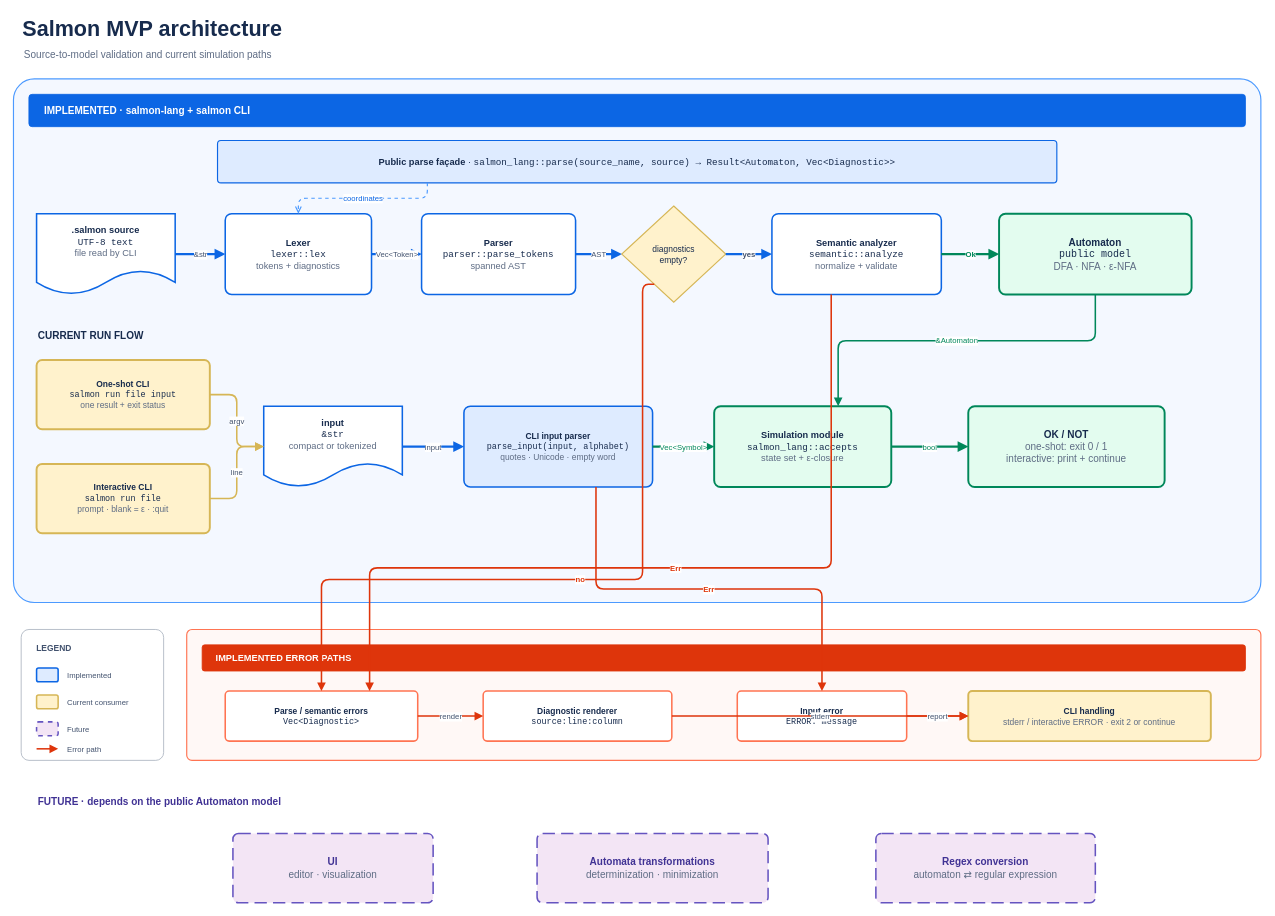
Before: docs/diagrams/architecture.drawio in Matias-Sanmiguel/Salmon, a draw.io diagram. Source tidied: cells renumbered, new cells numbered last; positions are measured from the earlier drawing's top-left corner, leaving out a move shared by most shapes. Both pictures are drawn from the tidied source at 77%, with x=0, y=0 at pixel (13, 13).
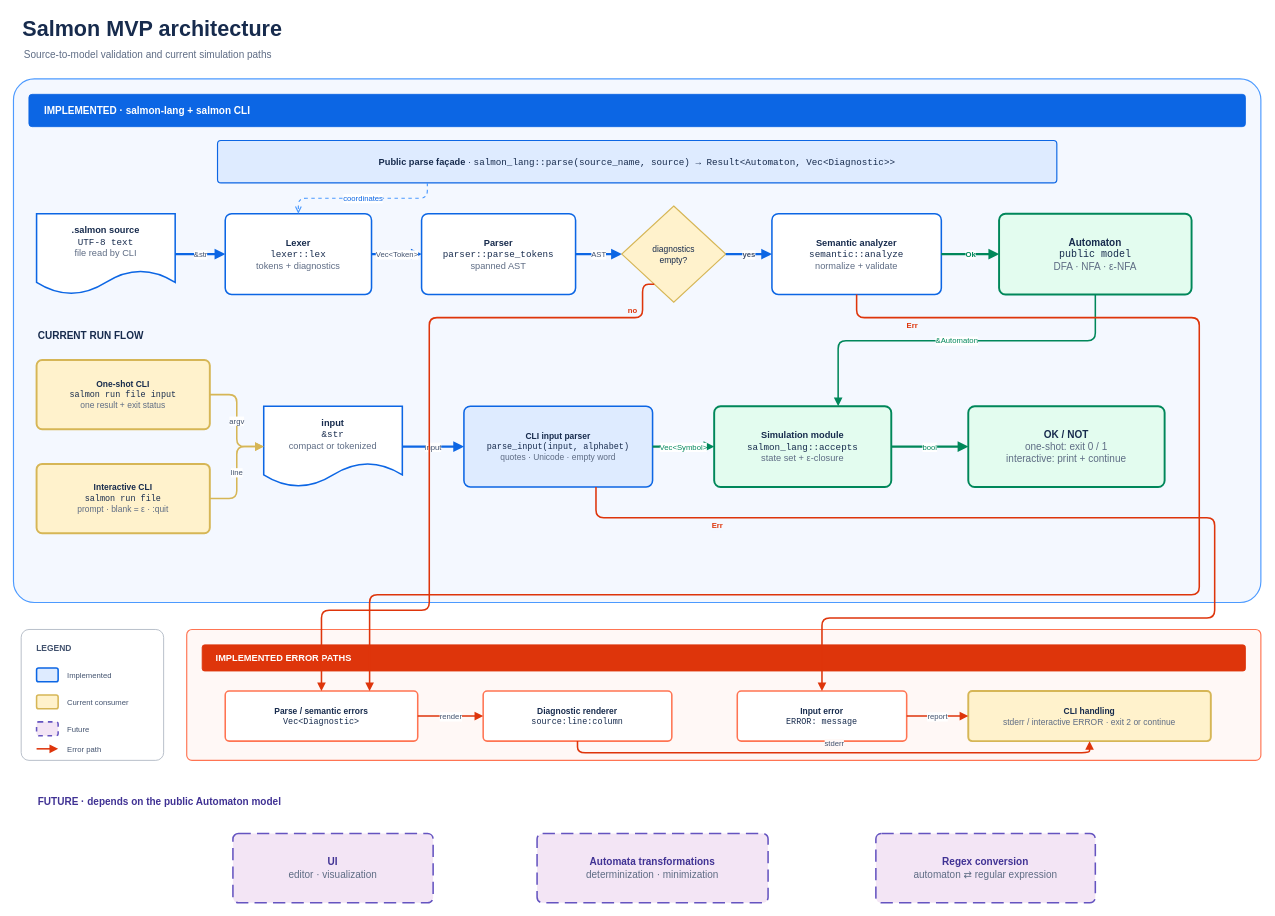
Above is the later version.

Commit message (it also covers changes not shown here):
docs: clarify simulation diagram flows

Unchanged cells that the change refers to:
```xml
<mxCell id="10" value="diagnostics&lt;br&gt;empty?" style="rhombus;whiteSpace=wrap;html=1;fillColor=#FFF2CC;strokeColor=#D6B656;strokeWidth=1.5;fontColor=#172B4D;fontSize=11;align=center;verticalAlign=middle;" parent="1" vertex="1">
  <mxGeometry x="790" y="250" width="135" height="125" as="geometry" />
</mxCell>
<mxCell id="11" value="&lt;b&gt;Semantic analyzer&lt;/b&gt;&lt;br&gt;&lt;font face=&quot;monospace&quot;&gt;semantic::analyze&lt;/font&gt;&lt;br&gt;&lt;font color=&quot;#5E6C84&quot;&gt;normalize + validate&lt;/font&gt;" style="rounded=1;whiteSpace=wrap;html=1;fillColor=#FFFFFF;strokeColor=#0C66E4;strokeWidth=2;fontColor=#172B4D;fontSize=12;align=center;verticalAlign=middle;spacing=8;arcSize=8;" parent="1" vertex="1">
  <mxGeometry x="985" y="260" width="220" height="105" as="geometry" />
</mxCell>
<mxCell id="23" value="&lt;b&gt;CLI input parser&lt;/b&gt;&lt;br&gt;&lt;font face=&quot;monospace&quot;&gt;parse_input(input, alphabet)&lt;/font&gt;&lt;br&gt;&lt;font color=&quot;#5E6C84&quot;&gt;quotes · Unicode · empty word&lt;/font&gt;" style="rounded=1;whiteSpace=wrap;html=1;fillColor=#DEEBFF;strokeColor=#0C66E4;strokeWidth=2;fontColor=#172B4D;fontSize=11;align=center;verticalAlign=middle;spacing=8;arcSize=8;" parent="1" vertex="1">
  <mxGeometry x="585" y="510" width="245" height="105" as="geometry" />
</mxCell>
<mxCell id="44" value="&lt;b&gt;Parse / semantic errors&lt;/b&gt;&lt;br&gt;&lt;font face=&quot;monospace&quot;&gt;Vec&amp;lt;Diagnostic&amp;gt;&lt;/font&gt;" style="rounded=1;whiteSpace=wrap;html=1;fillColor=#FFFFFF;strokeColor=#FF7452;strokeWidth=2;fontColor=#172B4D;fontSize=11;align=center;verticalAlign=middle;spacing=8;arcSize=8;" parent="1" vertex="1">
  <mxGeometry x="275" y="880" width="250" height="65" as="geometry" />
</mxCell>
<mxCell id="45" value="&lt;b&gt;Diagnostic renderer&lt;/b&gt;&lt;br&gt;&lt;font face=&quot;monospace&quot;&gt;source:line:column&lt;/font&gt;" style="rounded=1;whiteSpace=wrap;html=1;fillColor=#FFFFFF;strokeColor=#FF7452;strokeWidth=2;fontColor=#172B4D;fontSize=11;align=center;verticalAlign=middle;spacing=8;arcSize=8;" parent="1" vertex="1">
  <mxGeometry x="610" y="880" width="245" height="65" as="geometry" />
</mxCell>
<mxCell id="46" value="&lt;b&gt;Input error&lt;/b&gt;&lt;br&gt;&lt;font face=&quot;monospace&quot;&gt;ERROR: message&lt;/font&gt;" style="rounded=1;whiteSpace=wrap;html=1;fillColor=#FFFFFF;strokeColor=#FF7452;strokeWidth=2;fontColor=#172B4D;fontSize=11;align=center;verticalAlign=middle;spacing=8;arcSize=8;" parent="1" vertex="1">
  <mxGeometry x="940" y="880" width="220" height="65" as="geometry" />
</mxCell>
<mxCell id="47" value="&lt;b&gt;CLI handling&lt;/b&gt;&lt;br&gt;&lt;font color=&quot;#5E6C84&quot;&gt;stderr / interactive ERROR · exit 2 or continue&lt;/font&gt;" style="rounded=1;whiteSpace=wrap;html=1;fillColor=#FFF2CC;strokeColor=#D6B656;strokeWidth=2.5;fontColor=#172B4D;fontSize=11;align=center;verticalAlign=middle;spacing=8;arcSize=8;" parent="1" vertex="1">
  <mxGeometry x="1240" y="880" width="315" height="65" as="geometry" />
</mxCell>
```

Change to the diagram source:
```diff
@@
-    <mxCell id="48" value="no" style="edgeStyle=orthogonalEdgeStyle;rounded=1;html=1;strokeColor=#DE350B;strokeWidth=2;endArrow=block;endFill=1;fontSize=10;fontStyle=1;fontColor=#DE350B;exitX=0.2;exitY=1;entryX=0.5;entryY=0;" parent="1" edge="1" source="10" target="44">
-      <mxGeometry relative="1" as="geometry">
+    <mxCell id="48" value="no" style="edgeStyle=orthogonalEdgeStyle;rounded=1;html=1;strokeColor=#DE350B;strokeWidth=2;endArrow=block;endFill=1;fontSize=10;fontStyle=1;fontColor=#DE350B;labelBackgroundColor=#F4F8FF;exitX=0.2;exitY=1;entryX=0.5;entryY=0;" parent="1" edge="1" source="10" target="44">
+      <mxGeometry x="-0.85" y="-10" relative="1" as="geometry">
         <Array as="points">
-          <mxPoint x="817" y="735" />
-          <mxPoint x="400" y="735" />
+          <mxPoint x="817" y="395" />
+          <mxPoint x="540" y="395" />
+          <mxPoint x="540" y="775" />
+          <mxPoint x="400" y="775" />
         </Array>
       </mxGeometry>
     </mxCell>
-    <mxCell id="49" value="Err" style="edgeStyle=orthogonalEdgeStyle;rounded=1;html=1;strokeColor=#DE350B;strokeWidth=2;endArrow=block;endFill=1;fontSize=10;fontStyle=1;fontColor=#DE350B;exitX=0.35;exitY=1;entryX=0.75;entryY=0;" parent="1" edge="1" source="11" target="44">
-      <mxGeometry relative="1" as="geometry">
+    <mxCell id="49" value="Err" style="edgeStyle=orthogonalEdgeStyle;rounded=1;html=1;strokeColor=#DE350B;strokeWidth=2;endArrow=block;endFill=1;fontSize=10;fontStyle=1;fontColor=#DE350B;labelBackgroundColor=#F4F8FF;exitX=0.5;exitY=1;entryX=0.75;entryY=0;" parent="1" edge="1" source="11" target="44">
+      <mxGeometry x="-0.9" y="-10" relative="1" as="geometry">
         <Array as="points">
-          <mxPoint x="1062" y="720" />
-          <mxPoint x="462" y="720" />
+          <mxPoint x="1095" y="395" />
+          <mxPoint x="1540" y="395" />
+          <mxPoint x="1540" y="755" />
+          <mxPoint x="462" y="755" />
         </Array>
       </mxGeometry>
     </mxCell>
@@
-    <mxCell id="51" value="stderr" style="edgeStyle=orthogonalEdgeStyle;rounded=1;html=1;strokeColor=#DE350B;strokeWidth=2;endArrow=block;endFill=1;fontSize=10;fontColor=#42526E;" parent="1" edge="1" source="45" target="47">
-      <mxGeometry relative="1" as="geometry" />
+    <mxCell id="51" value="stderr" style="edgeStyle=orthogonalEdgeStyle;rounded=1;html=1;strokeColor=#DE350B;strokeWidth=2;endArrow=block;endFill=1;fontSize=10;fontColor=#42526E;labelBackgroundColor=#FFF8F6;exitX=0.5;exitY=1;entryX=0.5;entryY=1;" parent="1" edge="1" source="45" target="47">
+      <mxGeometry y="12" relative="1" as="geometry">
+        <Array as="points">
+          <mxPoint x="732" y="960" />
+          <mxPoint x="1398" y="960" />
+        </Array>
+      </mxGeometry>
     </mxCell>
-    <mxCell id="52" value="Err" style="edgeStyle=orthogonalEdgeStyle;rounded=1;html=1;strokeColor=#DE350B;strokeWidth=2;endArrow=block;endFill=1;fontSize=10;fontStyle=1;fontColor=#DE350B;exitX=0.7;exitY=1;entryX=0.5;entryY=0;" parent="1" edge="1" source="23" target="46">
-      <mxGeometry relative="1" as="geometry" />
+    <mxCell id="52" value="Err" style="edgeStyle=orthogonalEdgeStyle;rounded=1;html=1;strokeColor=#DE350B;strokeWidth=2;endArrow=block;endFill=1;fontSize=10;fontStyle=1;fontColor=#DE350B;labelBackgroundColor=#F4F8FF;exitX=0.7;exitY=1;entryX=0.5;entryY=0;" parent="1" edge="1" source="23" target="46">
+      <mxGeometry x="-0.75" y="-10" relative="1" as="geometry">
+        <Array as="points">
+          <mxPoint x="756" y="655" />
+          <mxPoint x="1560" y="655" />
+          <mxPoint x="1560" y="785" />
+          <mxPoint x="1050" y="785" />
+        </Array>
+      </mxGeometry>
     </mxCell>
```
